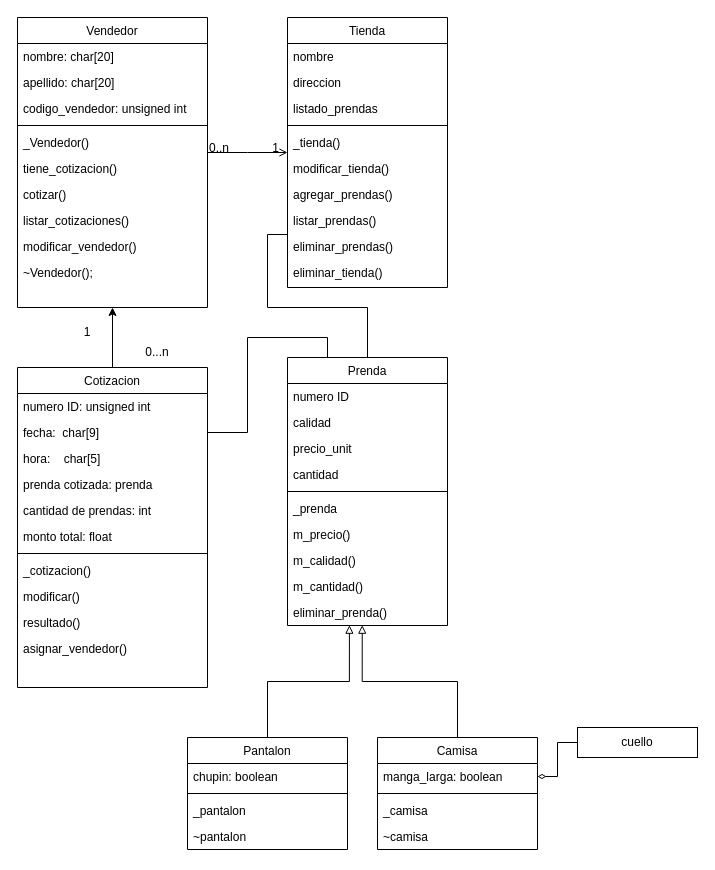
This is Diagrama_Clases.drawio from Santira243/PracticaQuark, a draw.io file, before an edit. Source tidied: cells renumbered, new cells numbered last; positions are measured from the earlier drawing's top-left corner, leaving out a move shared by most shapes. Both pictures are drawn from the tidied source at 100%, with x=0, y=0 at pixel (17, 17).
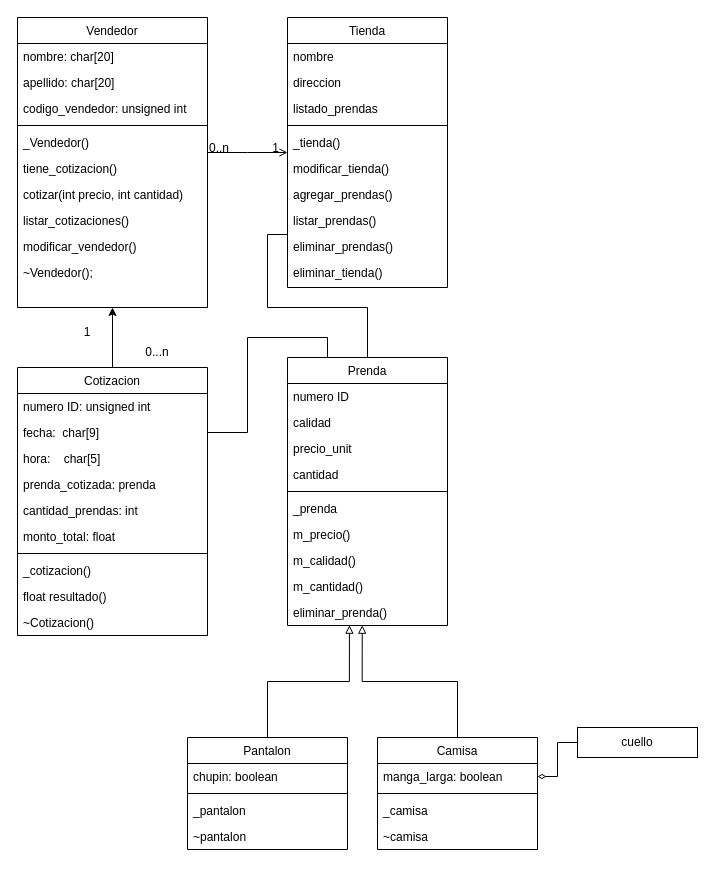
The same page after the edit.

Commit message:
cambiamos_cotizacion

Unchanged cells that the change refers to:
```xml
<mxCell id="2" value="Vendedor" style="swimlane;fontStyle=0;align=center;verticalAlign=top;horizontal=1;startSize=26;rounded=0;shadow=0;strokeWidth=1;" parent="1" vertex="1">
  <mxGeometry width="190" height="290" as="geometry" />
</mxCell>
```

The edit, as a diff of the source:
```diff
@@
-    <mxCell id="9" value="cotizar()&#10;" style="text;align=left;verticalAlign=top;spacingLeft=4;spacingRight=4;overflow=hidden;rounded=0;shadow=0;html=0;" parent="2" vertex="1">
+    <mxCell id="9" value="cotizar(int precio, int cantidad)&#10;" style="text;align=left;verticalAlign=top;spacingLeft=4;spacingRight=4;overflow=hidden;rounded=0;shadow=0;html=0;" parent="2" vertex="1">
       <mxGeometry y="164" width="190" height="26" as="geometry" />
     </mxCell>
@@
     <mxCell id="13" value="Cotizacion" style="swimlane;fontStyle=0;align=center;verticalAlign=top;horizontal=1;startSize=26;rounded=0;shadow=0;strokeWidth=1;" parent="1" vertex="1">
-      <mxGeometry y="350" width="190" height="320" as="geometry" />
+      <mxGeometry y="350" width="190" height="268" as="geometry" />
     </mxCell>
@@
-    <mxCell id="17" value="prenda cotizada: prenda" style="text;align=left;verticalAlign=top;spacingLeft=4;spacingRight=4;overflow=hidden;rounded=0;shadow=0;html=0;" parent="13" vertex="1">
+    <mxCell id="17" value="prenda_cotizada: prenda" style="text;align=left;verticalAlign=top;spacingLeft=4;spacingRight=4;overflow=hidden;rounded=0;shadow=0;html=0;" parent="13" vertex="1">
       <mxGeometry y="104" width="190" height="26" as="geometry" />
     </mxCell>
-    <mxCell id="18" value="cantidad de prendas: int" style="text;align=left;verticalAlign=top;spacingLeft=4;spacingRight=4;overflow=hidden;rounded=0;shadow=0;html=0;" parent="13" vertex="1">
+    <mxCell id="18" value="cantidad_prendas: int" style="text;align=left;verticalAlign=top;spacingLeft=4;spacingRight=4;overflow=hidden;rounded=0;shadow=0;html=0;" parent="13" vertex="1">
       <mxGeometry y="130" width="190" height="26" as="geometry" />
     </mxCell>
-    <mxCell id="19" value="monto total: float" style="text;align=left;verticalAlign=top;spacingLeft=4;spacingRight=4;overflow=hidden;rounded=0;shadow=0;html=0;" parent="13" vertex="1">
+    <mxCell id="19" value="monto_total: float" style="text;align=left;verticalAlign=top;spacingLeft=4;spacingRight=4;overflow=hidden;rounded=0;shadow=0;html=0;" parent="13" vertex="1">
       <mxGeometry y="156" width="190" height="26" as="geometry" />
     </mxCell>
@@
-    <mxCell id="22" value="modificar()" style="text;align=left;verticalAlign=top;spacingLeft=4;spacingRight=4;overflow=hidden;rounded=0;shadow=0;html=0;" parent="13" vertex="1">
-      <mxGeometry y="216" width="190" height="26" as="geometry" />
-    </mxCell>
-    <mxCell id="23" value="resultado()" style="text;align=left;verticalAlign=top;spacingLeft=4;spacingRight=4;overflow=hidden;rounded=0;shadow=0;html=0;" parent="13" vertex="1">
-      <mxGeometry y="242" width="190" height="26" as="geometry" />
+    <mxCell id="23" value="float resultado()" style="text;align=left;verticalAlign=top;spacingLeft=4;spacingRight=4;overflow=hidden;rounded=0;shadow=0;html=0;" parent="13" vertex="1">
+      <mxGeometry y="216" width="190" height="26" as="geometry" />
     </mxCell>
-    <mxCell id="24" value="asignar_vendedor()" style="text;align=left;verticalAlign=top;spacingLeft=4;spacingRight=4;overflow=hidden;rounded=0;shadow=0;html=0;" parent="13" vertex="1">
-      <mxGeometry y="268" width="190" height="26" as="geometry" />
-    </mxCell>
+    <mxCell id="69" value="~Cotizacion()" style="text;align=left;verticalAlign=top;spacingLeft=4;spacingRight=4;overflow=hidden;rounded=0;shadow=0;html=0;" parent="13" vertex="1">
+      <mxGeometry y="242" width="190" height="26" as="geometry" />
+    </mxCell>
```
